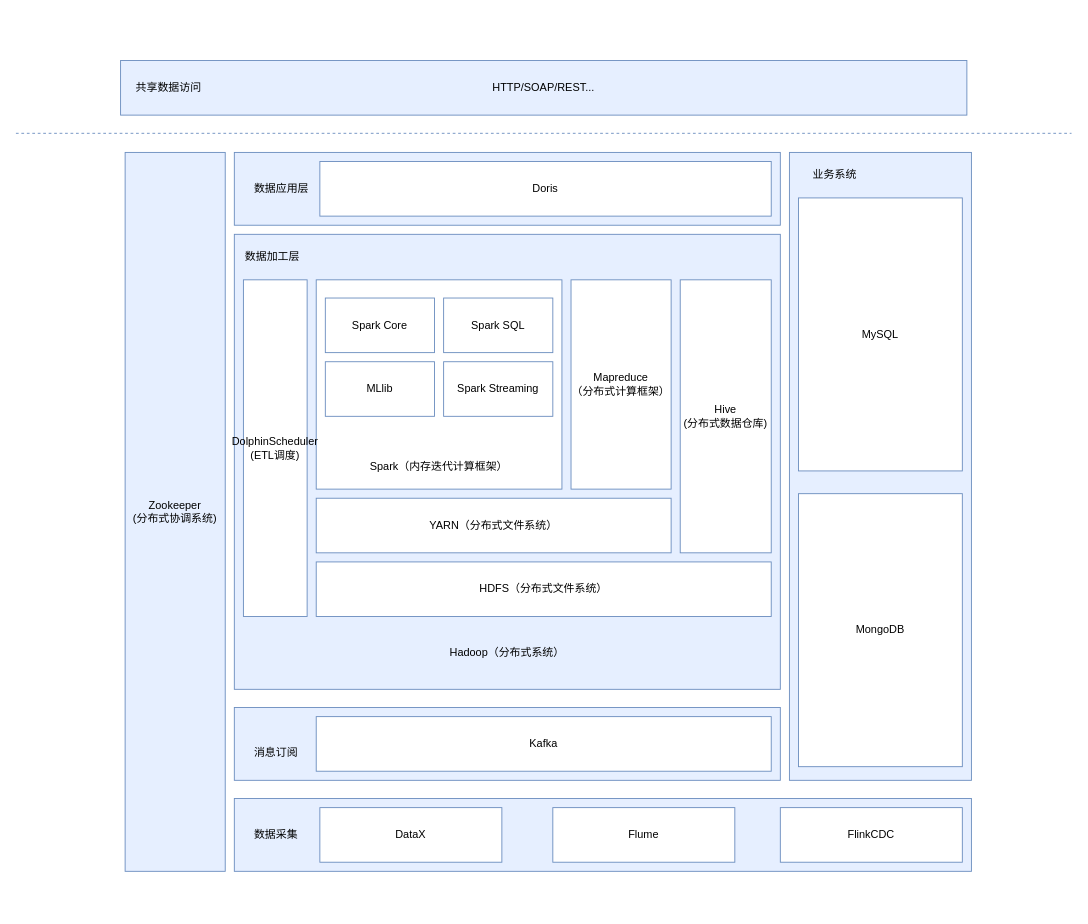
Jacoulin/draw keeps this draw.io diagram as 数仓技术框架.drawio. Above is the earlier version. Source tidied: cells renumbered, new cells numbered last; positions are measured from the earlier drawing's top-left corner, leaving out a move shared by most shapes. Both pictures are drawn from the tidied source at 91%, with x=0, y=0 at pixel (15, 60).
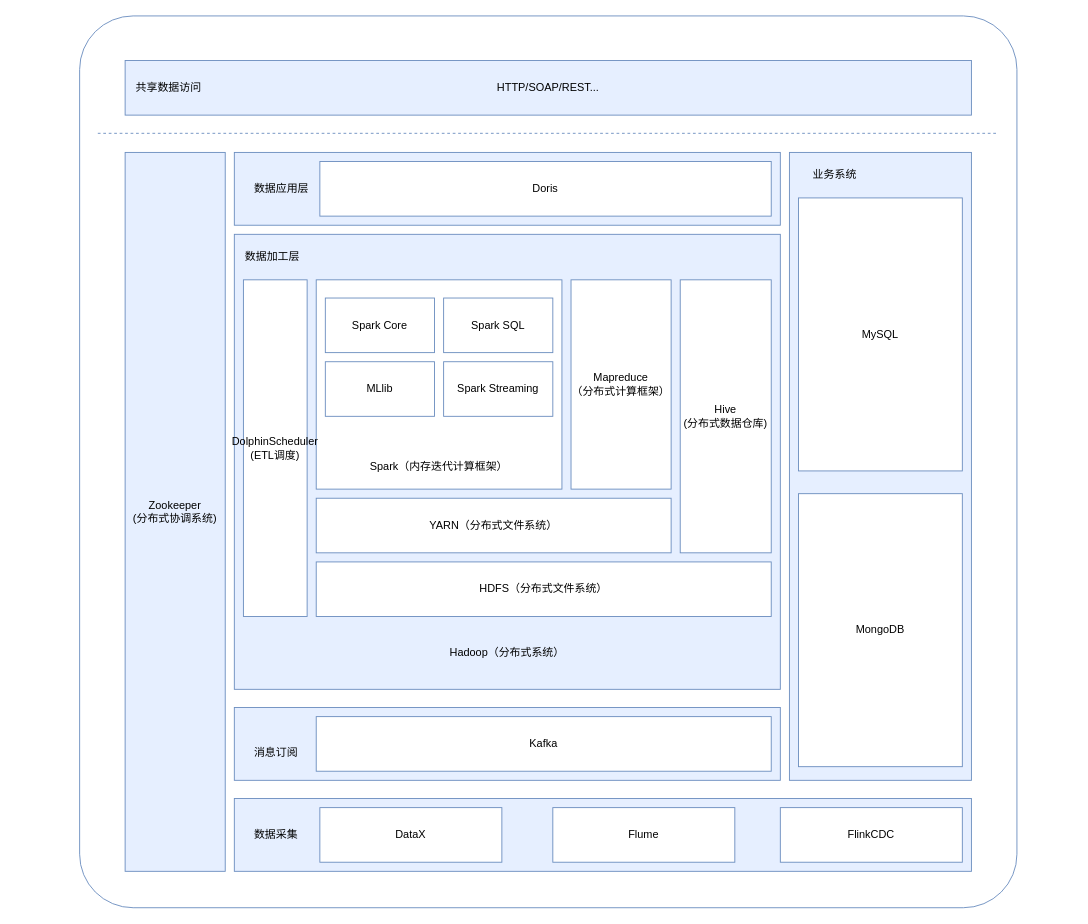
Above is the later version.

Commit message (it also covers changes not shown here):
更新数仓技术框架.drawio

The edit, as a diff of the source:
```diff
@@
+    <mxCell id="35" style="rounded=1;whiteSpace=wrap;html=1;arcSize=6;strokeColor=#6C8EBF;" parent="1" vertex="1">
+      <mxGeometry x="70" y="-49" width="1030" height="980" as="geometry" />
+    </mxCell>
@@
     <mxCell id="31" value="HTTP/SOAP/REST..." style="rounded=0;whiteSpace=wrap;html=1;strokeColor=#6C8EBF;fillColor=#E6EFFF;" parent="1" vertex="1">
-      <mxGeometry x="115" width="930" height="60" as="geometry" />
+      <mxGeometry x="120" width="930" height="60" as="geometry" />
     </mxCell>
     <mxCell id="32" style="endArrow=none;dashed=1;html=1;rounded=0;strokeColor=#6C8EBF;" parent="1" edge="1">
       <mxGeometry relative="1" as="geometry">
-        <mxPoint y="80" as="sourcePoint" />
-        <mxPoint x="1160" y="80" as="targetPoint" />
+        <mxPoint x="90" y="80" as="sourcePoint" />
+        <mxPoint x="1080" y="80" as="targetPoint" />
       </mxGeometry>
     </mxCell>
```
